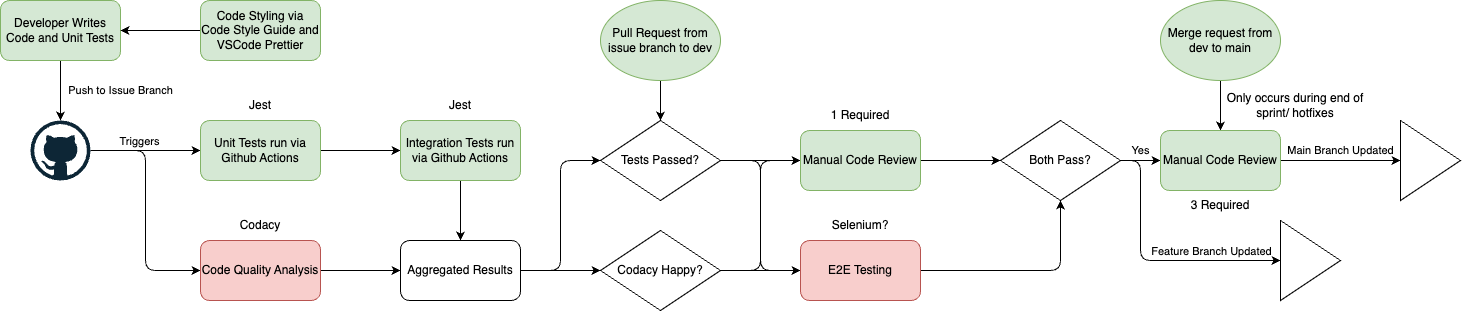
Before: admin/cipipeline/phase1.drawio.png, a diagram exported from draw.io (cse110-sp24-group23/cse110-sp24-group23). Source tidied: cells renumbered, new cells last; positions are measured from the earlier drawing's top-left corner, leaving out a move shared by most shapes.
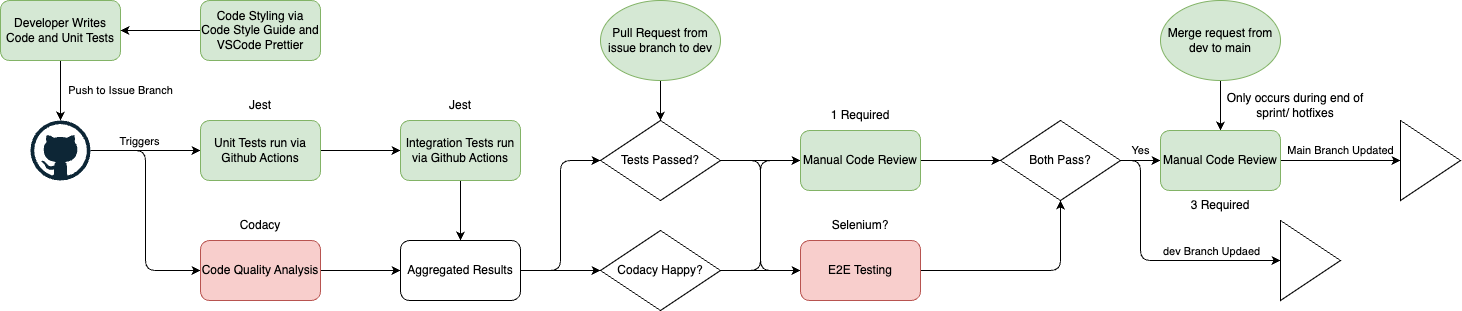
After the change.

Commit message:
I made a typo...

The edit, as a diff of the source:
```diff
@@ -129,7 +129,7 @@
         </Array>
       </mxGeometry>
     </mxCell>
-    <mxCell id="38" value="Feature Branch Updated" style="edgeLabel;html=1;align=center;verticalAlign=middle;labelBackgroundColor=none;" parent="37" vertex="1">
+    <mxCell id="38" value="dev Branch Updaed" style="edgeLabel;html=1;align=center;verticalAlign=middle;labelBackgroundColor=none;" parent="37" vertex="1">
       <mxGeometry x="0.49" y="1" relative="1" as="geometry">
         <mxPoint x="-3" y="-9" as="offset" />
       </mxGeometry>
```
